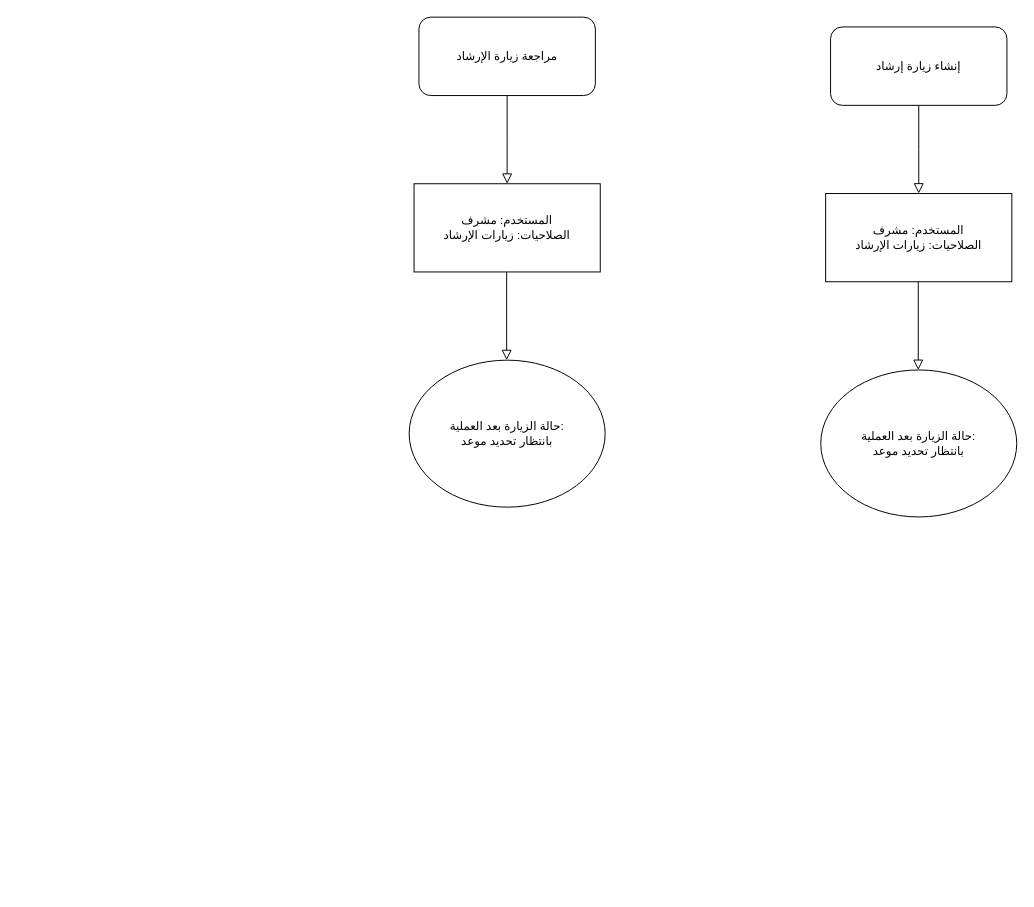
The draw.io diagram Untitled Diagram.drawio in Meklad/Flowcahrts, before the edit. Source tidied: cells renumbered, new cells numbered last; positions are measured from the earlier drawing's top-left corner, leaving out a move shared by most shapes. Both pictures are drawn from the tidied source at 98%, with x=0, y=0 at pixel (409, 17).
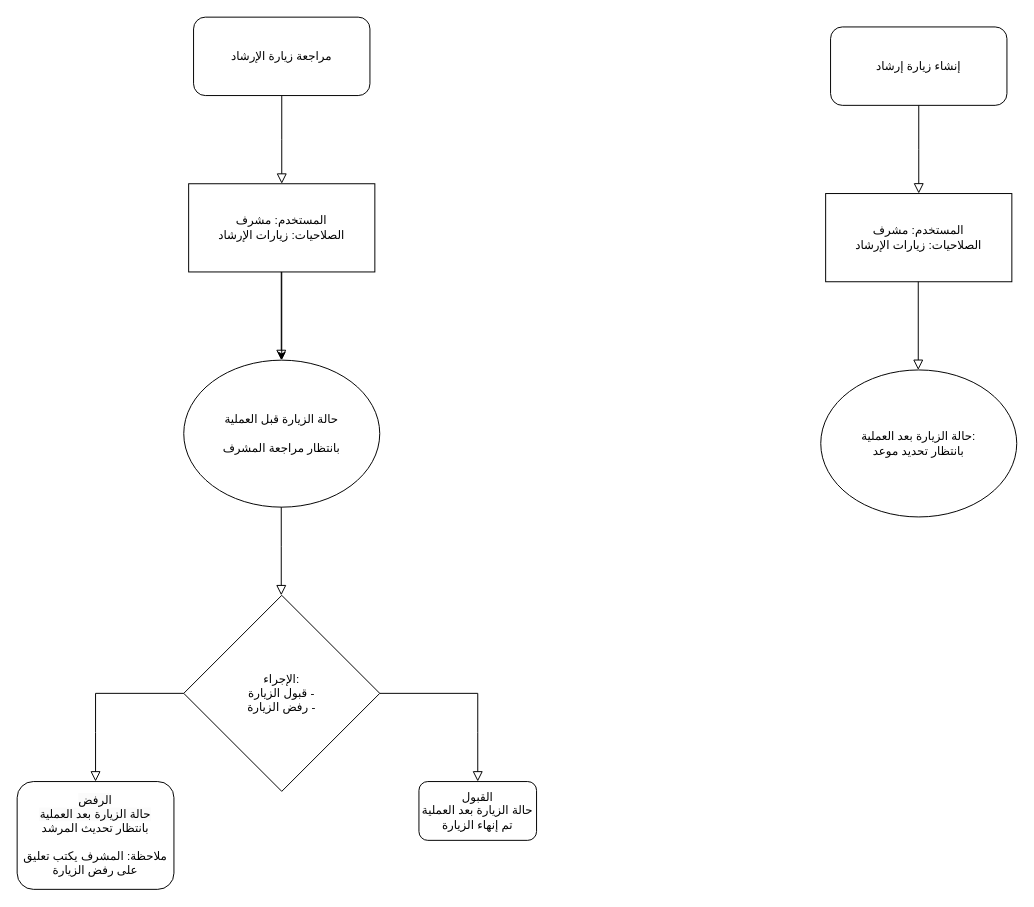
The same diagram, later.

Commit message:
Finish Supervisor Accesspt/Reject Visit

What changed in the source:
```diff
@@
     <mxCell id="6" style="rounded=0;html=1;jettySize=auto;fontSize=11;endArrow=block;endFill=0;endSize=8;strokeWidth=1;shadow=0;labelBackgroundColor=none;edgeStyle=orthogonalEdgeStyle;" parent="1" edge="1" source="7">
       <mxGeometry relative="1" as="geometry">
-        <mxPoint x="100" y="170" as="targetPoint" />
+        <mxPoint x="-130" y="170" as="targetPoint" />
       </mxGeometry>
     </mxCell>
     <mxCell id="7" value="مراجعة زيارة الإرشاد" style="rounded=1;whiteSpace=wrap;html=1;fontSize=12;glass=0;strokeWidth=1;shadow=0;" parent="1" vertex="1">
-      <mxGeometry x="10" width="180" height="80" as="geometry" />
+      <mxGeometry x="-220" width="180" height="80" as="geometry" />
     </mxCell>
+    <mxCell id="12" style="edgeStyle=orthogonalEdgeStyle;rounded=0;jettySize=auto;html=1;" parent="1" edge="1" source="8" target="10">
+      <mxGeometry relative="1" as="geometry" />
+    </mxCell>
     <mxCell id="8" value="المستخدم: مشرف&lt;br&gt;الصلاحيات:&amp;nbsp;زيارات الإرشاد" style="rounded=0;whiteSpace=wrap;html=1;" parent="1" vertex="1">
-      <mxGeometry x="5" y="170" width="190" height="90" as="geometry" />
+      <mxGeometry x="-225" y="170" width="190" height="90" as="geometry" />
     </mxCell>
     <mxCell id="9" style="rounded=0;html=1;jettySize=auto;orthogonalLoop=1;fontSize=11;endArrow=block;endFill=0;endSize=8;strokeWidth=1;shadow=0;labelBackgroundColor=none;edgeStyle=orthogonalEdgeStyle;" parent="1" edge="1">
       <mxGeometry relative="1" as="geometry">
-        <mxPoint x="99.5" y="260" as="sourcePoint" />
-        <mxPoint x="99.5" y="350" as="targetPoint" />
+        <mxPoint x="-130.5" y="260" as="sourcePoint" />
+        <mxPoint x="-130.5" y="350" as="targetPoint" />
       </mxGeometry>
     </mxCell>
-    <mxCell id="10" value="حالة الزيارة بعد العملية:&lt;br style=&quot;border-color: var(--border-color);&quot;&gt;بانتظار تحديد موعد" style="ellipse;whiteSpace=wrap;html=1;" parent="1" vertex="1">
-      <mxGeometry y="350" width="200" height="150" as="geometry" />
+    <mxCell id="10" value="حالة الزيارة قبل العملية&lt;br&gt;&lt;br&gt;بانتظار مراجعة المشرف" style="ellipse;whiteSpace=wrap;html=1;" parent="1" vertex="1">
+      <mxGeometry x="-230" y="350" width="200" height="150" as="geometry" />
     </mxCell>
@@
+    <mxCell id="13" value="الإجراء:&lt;br&gt;قبول الزيارة -&lt;br&gt;رفض الزيارة -" style="rhombus;whiteSpace=wrap;html=1;" parent="1" vertex="1">
+      <mxGeometry x="-230" y="590" width="200" height="200" as="geometry" />
+    </mxCell>
+    <mxCell id="14" style="rounded=0;html=1;jettySize=auto;orthogonalLoop=1;fontSize=11;endArrow=block;endFill=0;endSize=8;strokeWidth=1;shadow=0;labelBackgroundColor=none;edgeStyle=orthogonalEdgeStyle;" parent="1" edge="1">
+      <mxGeometry relative="1" as="geometry">
+        <mxPoint x="-130.5" y="500" as="sourcePoint" />
+        <mxPoint x="-130.5" y="590" as="targetPoint" />
+        <Array as="points">
+          <mxPoint x="-130" y="540" />
+          <mxPoint x="-130" y="540" />
+        </Array>
+      </mxGeometry>
+    </mxCell>
+    <mxCell id="15" style="endArrow=none;html=1;rounded=0;" parent="1" edge="1">
+      <mxGeometry relative="1" as="geometry">
+        <mxPoint x="-320" y="690" as="sourcePoint" />
+        <mxPoint x="-230" y="690" as="targetPoint" />
+      </mxGeometry>
+    </mxCell>
+    <mxCell id="16" style="rounded=0;html=1;jettySize=auto;orthogonalLoop=1;fontSize=11;endArrow=block;endFill=0;endSize=8;strokeWidth=1;shadow=0;labelBackgroundColor=none;edgeStyle=orthogonalEdgeStyle;" parent="1" edge="1">
+      <mxGeometry relative="1" as="geometry">
+        <mxPoint x="-320" y="690" as="sourcePoint" />
+        <mxPoint x="-320" y="780" as="targetPoint" />
+        <Array as="points">
+          <mxPoint x="-319.5" y="730" />
+          <mxPoint x="-319.5" y="730" />
+        </Array>
+      </mxGeometry>
+    </mxCell>
+    <mxCell id="17" style="endArrow=none;html=1;rounded=0;" parent="1" edge="1">
+      <mxGeometry relative="1" as="geometry">
+        <mxPoint x="70" y="690" as="sourcePoint" />
+        <mxPoint x="-30" y="690" as="targetPoint" />
+      </mxGeometry>
+    </mxCell>
+    <mxCell id="18" style="rounded=0;html=1;jettySize=auto;orthogonalLoop=1;fontSize=11;endArrow=block;endFill=0;endSize=8;strokeWidth=1;shadow=0;labelBackgroundColor=none;edgeStyle=orthogonalEdgeStyle;" parent="1" edge="1">
+      <mxGeometry relative="1" as="geometry">
+        <mxPoint x="70" y="690" as="sourcePoint" />
+        <mxPoint x="70" y="780" as="targetPoint" />
+        <Array as="points">
+          <mxPoint x="70.5" y="730" />
+          <mxPoint x="70.5" y="730" />
+        </Array>
+      </mxGeometry>
+    </mxCell>
+    <mxCell id="19" value="القبول&lt;br&gt;حالة الزيارة بعد العملية&lt;br&gt;تم إنهاء الزيارة" style="rounded=1;whiteSpace=wrap;html=1;" parent="1" vertex="1">
+      <mxGeometry x="10" y="780" width="120" height="60" as="geometry" />
+    </mxCell>
+    <mxCell id="20" value="&lt;span style=&quot;color: rgb(0, 0, 0); font-family: Helvetica; font-size: 12px; font-style: normal; font-variant-ligatures: normal; font-variant-caps: normal; font-weight: 400; letter-spacing: normal; orphans: 2; text-align: center; text-indent: 0px; text-transform: none; widows: 2; word-spacing: 0px; -webkit-text-stroke-width: 0px; background-color: rgb(251, 251, 251); text-decoration-thickness: initial; text-decoration-style: initial; text-decoration-color: initial; float: none; display: inline !important;&quot;&gt;الرفض&lt;/span&gt;&lt;br style=&quot;border-color: var(--border-color); color: rgb(0, 0, 0); font-family: Helvetica; font-size: 12px; font-style: normal; font-variant-ligatures: normal; font-variant-caps: normal; font-weight: 400; letter-spacing: normal; orphans: 2; text-align: center; text-indent: 0px; text-transform: none; widows: 2; word-spacing: 0px; -webkit-text-stroke-width: 0px; background-color: rgb(251, 251, 251); text-decoration-thickness: initial; text-decoration-style: initial; text-decoration-color: initial;&quot;&gt;&lt;span style=&quot;color: rgb(0, 0, 0); font-family: Helvetica; font-size: 12px; font-style: normal; font-variant-ligatures: normal; font-variant-caps: normal; font-weight: 400; letter-spacing: normal; orphans: 2; text-align: center; text-indent: 0px; text-transform: none; widows: 2; word-spacing: 0px; -webkit-text-stroke-width: 0px; background-color: rgb(251, 251, 251); text-decoration-thickness: initial; text-decoration-style: initial; text-decoration-color: initial; float: none; display: inline !important;&quot;&gt;حالة الزيارة بعد العملية&lt;/span&gt;&lt;br style=&quot;border-color: var(--border-color); color: rgb(0, 0, 0); font-family: Helvetica; font-size: 12px; font-style: normal; font-variant-ligatures: normal; font-variant-caps: normal; font-weight: 400; letter-spacing: normal; orphans: 2; text-align: center; text-indent: 0px; text-transform: none; widows: 2; word-spacing: 0px; -webkit-text-stroke-width: 0px; background-color: rgb(251, 251, 251); text-decoration-thickness: initial; text-decoration-style: initial; text-decoration-color: initial;&quot;&gt;بانتظار تحديث المرشد&lt;br&gt;&lt;br&gt;ملاحظة: المشرف يكتب تعليق على رفض الزيارة" style="rounded=1;whiteSpace=wrap;html=1;" parent="1" vertex="1">
+      <mxGeometry x="-400" y="780" width="160" height="110" as="geometry" />
+    </mxCell>
```
